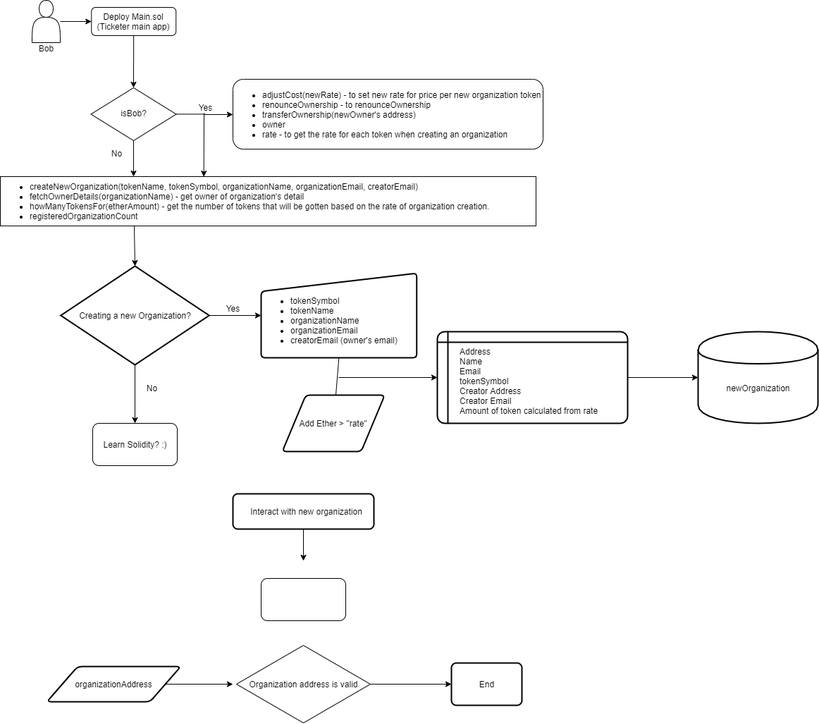
Before: Ticketer/Ticketer.png, a diagram exported from draw.io (Bloceducare/Ticketing). Source tidied: cells renumbered, new cells last; positions are measured from the earlier drawing's top-left corner, leaving out a move shared by most shapes.
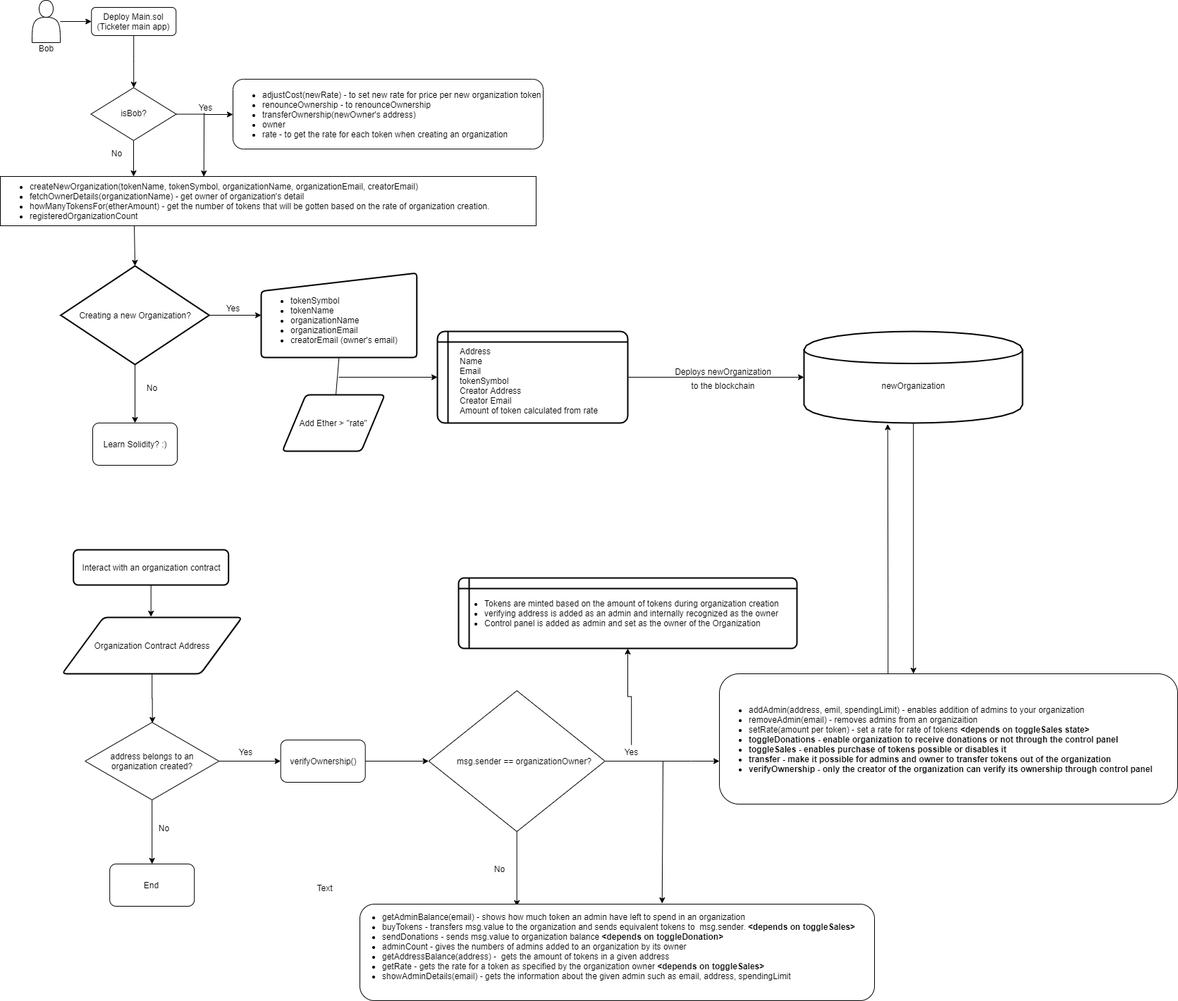
After the change.

Change to the diagram source:
```diff
@@ -102,55 +102,146 @@
         <mxPoint x="480" y="535" as="sourcePoint" />
       </mxGeometry>
     </mxCell>
+    <mxCell id="45" style="edgeStyle=orthogonalEdgeStyle;rounded=0;jettySize=auto;html=1;labelBackgroundColor=#ffffff;" parent="1" edge="1" source="31" target="62">
+      <mxGeometry relative="1" as="geometry">
+        <Array as="points">
+          <mxPoint x="1295" y="870" />
+          <mxPoint x="1295" y="870" />
+        </Array>
+      </mxGeometry>
+    </mxCell>
     <mxCell id="31" style="shape=cylinder;whiteSpace=wrap;html=1;boundedLbl=1;backgroundOutline=1;rounded=1;align=left;strokeWidth=2;arcSize=8;" parent="1" vertex="1">
-      <mxGeometry x="990" y="470" width="170" height="130" as="geometry" />
+      <mxGeometry x="1140" y="470" width="310" height="130" as="geometry" />
     </mxCell>
-    <mxCell id="32" style="edgeStyle=orthogonalEdgeStyle;rounded=0;jettySize=auto;html=1;labelBackgroundColor=#ffffff;" parent="1" edge="1" source="28">
-      <mxGeometry relative="1" as="geometry">
-        <mxPoint x="990" y="535" as="targetPoint" />
-      </mxGeometry>
+    <mxCell id="32" style="edgeStyle=orthogonalEdgeStyle;rounded=0;jettySize=auto;html=1;labelBackgroundColor=#ffffff;entryX=0;entryY=0.5;entryDx=0;entryDy=0;" parent="1" edge="1" source="28" target="31">
+      <mxGeometry relative="1" as="geometry" />
     </mxCell>
     <mxCell id="33" value="newOrganization" style="text;html=1;align=center;verticalAlign=middle;" parent="1" vertex="1">
-      <mxGeometry x="1020" y="540" width="110" height="20" as="geometry" />
+      <mxGeometry x="1240" y="537" width="110" height="20" as="geometry" />
     </mxCell>
     <mxCell id="34" style="edgeStyle=orthogonalEdgeStyle;rounded=0;jettySize=auto;html=1;labelBackgroundColor=#ffffff;entryX=0.5;entryY=0;entryDx=0;entryDy=0;" parent="1" edge="1" source="35">
       <mxGeometry relative="1" as="geometry">
-        <mxPoint x="430" y="795" as="targetPoint" />
+        <mxPoint x="213.7" y="875" as="targetPoint" />
       </mxGeometry>
     </mxCell>
     <mxCell id="35" style="rounded=1;whiteSpace=wrap;html=1;absoluteArcSize=1;arcSize=14;strokeWidth=2;align=left;" parent="1" vertex="1">
-      <mxGeometry x="330" y="700" width="200" height="50" as="geometry" />
+      <mxGeometry x="103.7" y="780" width="220" height="50" as="geometry" />
     </mxCell>
-    <mxCell id="36" value="Interact with new organization" style="text;html=1;align=center;verticalAlign=middle;" parent="1" vertex="1">
-      <mxGeometry x="349" y="715" width="170" height="20" as="geometry" />
+    <mxCell id="36" value="Interact with an organization contract" style="text;html=1;align=center;verticalAlign=middle;" parent="1" vertex="1">
+      <mxGeometry x="108.7" y="795" width="210" height="20" as="geometry" />
     </mxCell>
-    <mxCell id="37" style="edgeStyle=orthogonalEdgeStyle;rounded=0;jettySize=auto;html=1;labelBackgroundColor=#ffffff;" parent="1" edge="1" source="38">
-      <mxGeometry relative="1" as="geometry">
-        <mxPoint x="330" y="970" as="targetPoint" />
-      </mxGeometry>
-    </mxCell>
-    <mxCell id="38" value="organizationAddress" style="shape=parallelogram;html=1;strokeWidth=2;perimeter=parallelogramPerimeter;whiteSpace=wrap;rounded=1;arcSize=12;size=0.23;" parent="1" vertex="1">
-      <mxGeometry x="66" y="945" width="190" height="50" as="geometry" />
-    </mxCell>
-    <mxCell id="39" style="edgeStyle=orthogonalEdgeStyle;rounded=0;jettySize=auto;html=1;labelBackgroundColor=#ffffff;" parent="1" edge="1" source="40">
-      <mxGeometry relative="1" as="geometry">
-        <mxPoint x="640" y="970" as="targetPoint" />
-      </mxGeometry>
-    </mxCell>
+    <mxCell id="46" style="edgeStyle=orthogonalEdgeStyle;rounded=0;jettySize=auto;html=1;labelBackgroundColor=#ffffff;" parent="1" edge="1" source="40">
+      <mxGeometry relative="1" as="geometry">
+        <mxPoint x="397.7" y="1080" as="targetPoint" />
+      </mxGeometry>
+    </mxCell>
+    <mxCell id="47" style="edgeStyle=orthogonalEdgeStyle;rounded=0;jettySize=auto;html=1;labelBackgroundColor=#ffffff;" parent="1" edge="1" source="40">
+      <mxGeometry relative="1" as="geometry">
+        <mxPoint x="215.2" y="1226" as="targetPoint" />
+      </mxGeometry>
+    </mxCell>
     <mxCell id="40" style="rhombus;whiteSpace=wrap;html=1;align=left;" parent="1" vertex="1">
-      <mxGeometry x="335" y="915" width="190" height="110" as="geometry" />
+      <mxGeometry x="120.2" y="1025" width="190" height="110" as="geometry" />
     </mxCell>
-    <mxCell id="41" value="Organization address is valid" style="text;html=1;align=center;verticalAlign=middle;" parent="1" vertex="1">
-      <mxGeometry x="345" y="960" width="170" height="20" as="geometry" />
-    </mxCell>
-    <mxCell id="42" style="rounded=1;whiteSpace=wrap;html=1;absoluteArcSize=1;arcSize=14;strokeWidth=2;align=left;" parent="1" vertex="1">
-      <mxGeometry x="640" y="940" width="100" height="60" as="geometry" />
-    </mxCell>
+    <mxCell id="48" style="edgeStyle=orthogonalEdgeStyle;rounded=0;jettySize=auto;html=1;labelBackgroundColor=#ffffff;" parent="1" edge="1" source="49">
+      <mxGeometry relative="1" as="geometry">
+        <mxPoint x="215.7" y="1026" as="targetPoint" />
+      </mxGeometry>
+    </mxCell>
+    <mxCell id="49" value="Organization Contract Address" style="shape=parallelogram;html=1;strokeWidth=2;perimeter=parallelogramPerimeter;whiteSpace=wrap;rounded=1;arcSize=12;size=0.23;" parent="1" vertex="1">
+      <mxGeometry x="87.7" y="876" width="255" height="80" as="geometry" />
+    </mxCell>
+    <mxCell id="50" value="address belongs to an&lt;br&gt;organization created?" style="text;html=1;align=center;verticalAlign=middle;" parent="1" vertex="1">
+      <mxGeometry x="150.2" y="1065" width="130" height="30" as="geometry" />
+    </mxCell>
+    <mxCell id="51" value="Yes" style="text;html=1;align=center;verticalAlign=middle;" parent="1" vertex="1">
+      <mxGeometry x="332.7" y="1057" width="30" height="20" as="geometry" />
+    </mxCell>
+    <mxCell id="52" value="No" style="text;html=1;align=center;verticalAlign=middle;" parent="1" vertex="1">
+      <mxGeometry x="216.7" y="1165" width="30" height="20" as="geometry" />
+    </mxCell>
+    <mxCell id="53" style="rounded=1;whiteSpace=wrap;html=1;align=left;" parent="1" vertex="1">
+      <mxGeometry x="155.2" y="1226" width="120" height="60" as="geometry" />
+    </mxCell>
     <mxCell id="43" value="End" style="text;html=1;align=center;verticalAlign=middle;" parent="1" vertex="1">
-      <mxGeometry x="670" y="960" width="40" height="20" as="geometry" />
+      <mxGeometry x="193.7" y="1246" width="40" height="20" as="geometry" />
     </mxCell>
-    <mxCell id="44" style="rounded=1;whiteSpace=wrap;html=1;align=left;" parent="1" vertex="1">
-      <mxGeometry x="370" y="820" width="120" height="60" as="geometry" />
-    </mxCell>
+    <mxCell id="54" style="edgeStyle=orthogonalEdgeStyle;rounded=0;jettySize=auto;html=1;labelBackgroundColor=#ffffff;entryX=0;entryY=0.5;entryDx=0;entryDy=0;" parent="1" edge="1" source="55" target="59">
+      <mxGeometry relative="1" as="geometry" />
+    </mxCell>
+    <mxCell id="55" style="rounded=1;whiteSpace=wrap;html=1;align=left;" parent="1" vertex="1">
+      <mxGeometry x="397.7" y="1050" width="120" height="60" as="geometry" />
+    </mxCell>
+    <mxCell id="56" value="verifyOwnership()&lt;br&gt;" style="text;html=1;align=center;verticalAlign=middle;" parent="1" vertex="1">
+      <mxGeometry x="402.7" y="1070" width="110" height="20" as="geometry" />
+    </mxCell>
+    <mxCell id="57" style="edgeStyle=orthogonalEdgeStyle;rounded=0;jettySize=auto;html=1;labelBackgroundColor=#ffffff;" parent="1" edge="1" source="59" target="62">
+      <mxGeometry relative="1" as="geometry">
+        <Array as="points">
+          <mxPoint x="980" y="1080" />
+          <mxPoint x="980" y="1080" />
+        </Array>
+      </mxGeometry>
+    </mxCell>
+    <mxCell id="58" style="edgeStyle=orthogonalEdgeStyle;rounded=0;jettySize=auto;html=1;labelBackgroundColor=#ffffff;" parent="1" edge="1" source="59">
+      <mxGeometry relative="1" as="geometry">
+        <mxPoint x="732.7" y="1286" as="targetPoint" />
+      </mxGeometry>
+    </mxCell>
+    <mxCell id="59" style="rhombus;whiteSpace=wrap;html=1;align=left;" parent="1" vertex="1">
+      <mxGeometry x="607.7" y="980" width="250" height="200" as="geometry" />
+    </mxCell>
+    <mxCell id="60" value="msg.sender == organizationOwner?" style="text;html=1;align=center;verticalAlign=middle;" parent="1" vertex="1">
+      <mxGeometry x="637.7" y="1070" width="210" height="20" as="geometry" />
+    </mxCell>
+    <mxCell id="61" style="edgeStyle=orthogonalEdgeStyle;rounded=0;jettySize=auto;html=1;labelBackgroundColor=#ffffff;entryX=0.383;entryY=1.012;entryDx=0;entryDy=0;entryPerimeter=0;" parent="1" edge="1" source="62" target="31">
+      <mxGeometry relative="1" as="geometry">
+        <Array as="points">
+          <mxPoint x="1259" y="860" />
+          <mxPoint x="1259" y="860" />
+        </Array>
+      </mxGeometry>
+    </mxCell>
+    <mxCell id="62" style="rounded=1;whiteSpace=wrap;html=1;align=left;" parent="1" vertex="1">
+      <mxGeometry x="1020" y="956" width="650" height="185" as="geometry" />
+    </mxCell>
+    <mxCell id="63" style="edgeStyle=orthogonalEdgeStyle;rounded=0;jettySize=auto;html=1;labelBackgroundColor=#ffffff;" parent="1" edge="1" source="64" target="72">
+      <mxGeometry relative="1" as="geometry" />
+    </mxCell>
+    <mxCell id="64" value="Yes&lt;br&gt;" style="text;html=1;align=center;verticalAlign=middle;points=[];" parent="1" vertex="1">
+      <mxGeometry x="880" y="1057" width="30" height="20" as="geometry" />
+    </mxCell>
+    <mxCell id="65" value="No" style="text;html=1;align=center;verticalAlign=middle;" parent="1" vertex="1">
+      <mxGeometry x="693" y="1223" width="30" height="20" as="geometry" />
+    </mxCell>
+    <mxCell id="66" value="Deploys newOrganization" style="text;html=1;align=center;verticalAlign=middle;" parent="1" vertex="1">
+      <mxGeometry x="950" y="517" width="150" height="20" as="geometry" />
+    </mxCell>
+    <mxCell id="67" value="to the blockchain" style="text;html=1;align=center;verticalAlign=middle;" parent="1" vertex="1">
+      <mxGeometry x="970" y="537" width="110" height="20" as="geometry" />
+    </mxCell>
+    <mxCell id="68" value="&lt;ul&gt;&lt;li&gt;addAdmin(address, emil, spendingLimit) - enables addition of admins to your organization&lt;/li&gt;&lt;li&gt;removeAdmin(email) - removes admins from an organizaition&lt;/li&gt;&lt;li&gt;setRate(amount per token) - set a rate for rate of tokens&amp;nbsp;&lt;b&gt;&amp;lt;depends on toggleSales state&lt;/b&gt;&lt;b&gt;&amp;gt;&lt;/b&gt;&lt;/li&gt;&lt;li&gt;&lt;b&gt;toggleDonations - enable organization to receive donations or not through the control panel&lt;/b&gt;&lt;/li&gt;&lt;li&gt;&lt;b&gt;toggleSales - enables purchase of tokens possible or disables it&lt;/b&gt;&lt;/li&gt;&lt;li&gt;&lt;b&gt;transfer - make it possible for admins and owner to transfer tokens out of the organization&lt;/b&gt;&lt;/li&gt;&lt;li&gt;&lt;b&gt;verifyOwnership - only the creator of the organization can verify its ownership through control panel&lt;/b&gt;&lt;/li&gt;&lt;/ul&gt;" style="text;html=1;align=left;verticalAlign=middle;" parent="1" vertex="1">
+      <mxGeometry x="1020" y="988.5" width="630" height="120" as="geometry" />
+    </mxCell>
+    <mxCell id="69" style="rounded=1;whiteSpace=wrap;html=1;align=left;" parent="1" vertex="1">
+      <mxGeometry x="510" y="1283" width="730" height="137" as="geometry" />
+    </mxCell>
+    <mxCell id="70" value="&lt;ul&gt;&lt;li&gt;getAdminBalance(email) - shows how much token an admin have left to spend in an organization&lt;/li&gt;&lt;li&gt;buyTokens - transfers msg.value to the organization and sends equivalent tokens to&amp;nbsp; msg.sender. &lt;b&gt;&amp;lt;depends on toggleSales&amp;gt;&lt;br&gt;&lt;/b&gt;&lt;/li&gt;&lt;li&gt;sendDonations - sends msg.value to organization balance &lt;b&gt;&amp;lt;depends on toggleDonation&amp;gt;&lt;/b&gt;&lt;/li&gt;&lt;li&gt;adminCount - gives the numbers of admins added to an organization by its owner&lt;/li&gt;&lt;li&gt;getAddressBalance(address) -&amp;nbsp; gets the amount of tokens in a given address&lt;/li&gt;&lt;li&gt;getRate - gets the rate for a token as specified by the organization owner &lt;b&gt;&amp;lt;depends on toggleSales&amp;gt;&lt;/b&gt;&lt;/li&gt;&lt;li&gt;showAdminDetails(email) - gets the information about the given admin such as email, address, spendingLimit&lt;/li&gt;&lt;/ul&gt;" style="text;html=1;align=left;verticalAlign=middle;points=[];" parent="1" vertex="1">
+      <mxGeometry x="500" y="1283" width="730" height="120" as="geometry" />
+    </mxCell>
+    <mxCell id="71" value="Text" style="text;html=1;align=center;verticalAlign=middle;" parent="1" vertex="1">
+      <mxGeometry x="440" y="1250" width="40" height="20" as="geometry" />
+    </mxCell>
+    <mxCell id="72" style="shape=internalStorage;whiteSpace=wrap;html=1;dx=15;dy=15;rounded=1;arcSize=8;strokeWidth=2;align=left;" parent="1" vertex="1">
+      <mxGeometry x="650" y="820" width="480" height="100" as="geometry" />
+    </mxCell>
+    <mxCell id="73" value="&lt;ul&gt;&lt;li&gt;Tokens are minted based on the amount of tokens during organization creation&lt;/li&gt;&lt;li&gt;verifying address is added as an admin and internally recognized as the owner&lt;/li&gt;&lt;li&gt;Control panel is added as admin and set as the owner of the Organization&lt;/li&gt;&lt;/ul&gt;" style="text;html=1;align=left;verticalAlign=middle;" parent="1" vertex="1">
+      <mxGeometry x="645" y="835" width="470" height="70" as="geometry" />
+    </mxCell>
+    <mxCell id="74" style="endArrow=classic;html=1;labelBackgroundColor=#ffffff;entryX=0.601;entryY=-0.008;entryDx=0;entryDy=0;entryPerimeter=0;" parent="1" edge="1" target="70">
+      <mxGeometry relative="1" as="geometry">
+        <mxPoint x="940" y="1080" as="sourcePoint" />
+      </mxGeometry>
+    </mxCell>
   </root>
 </mxGraphModel>
```
